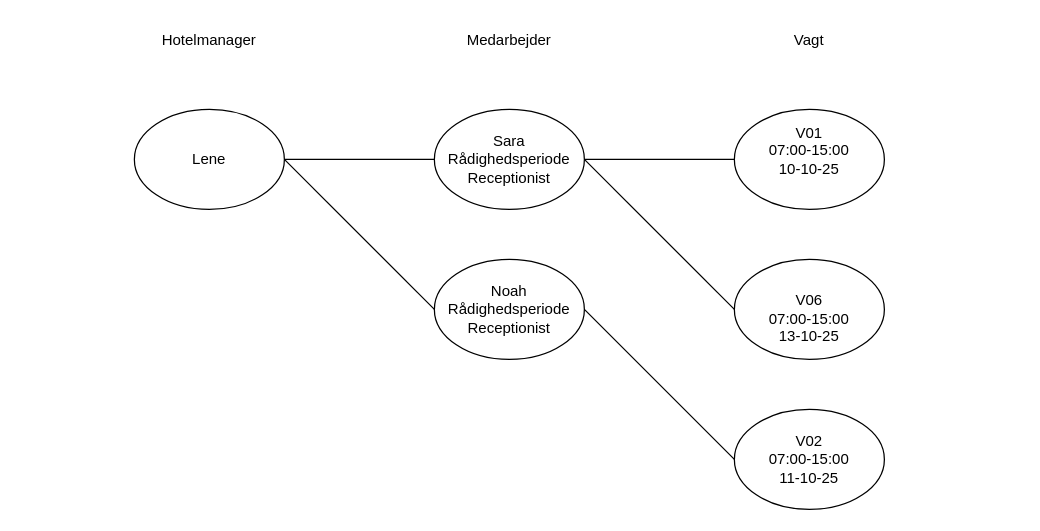
The draw.io diagram objektmodel.drawio in Baileykingaby/HotelFjordblik, before the edit. Source tidied: cells renumbered, new cells numbered last; positions are measured from the earlier drawing's top-left corner, leaving out a move shared by most shapes. Both pictures are drawn from the tidied source at 125%, with x=0, y=0 at pixel (134, 21).
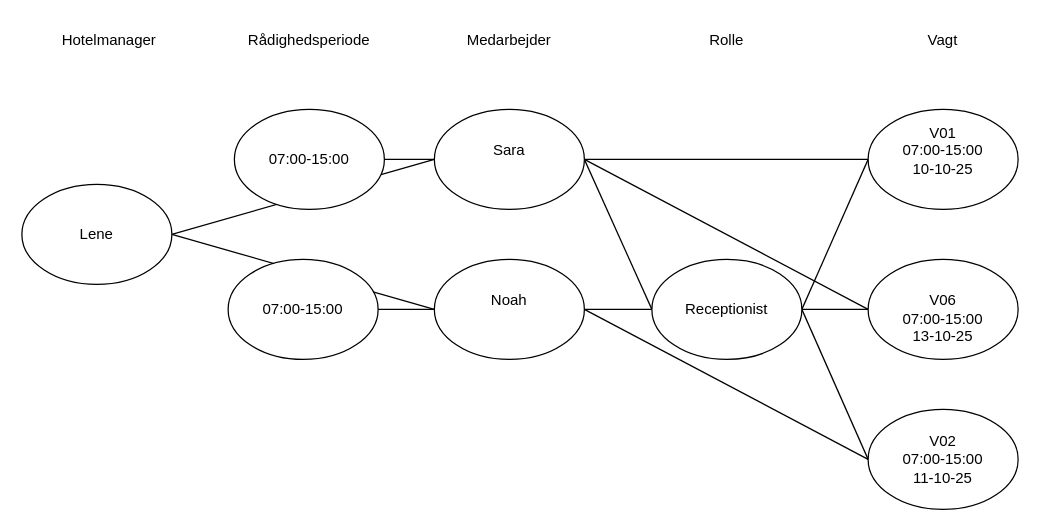
Above is the later version.

Commit message (it also covers changes not shown here):
Ændring på Objektmodel

The edit, as a diff of the source:
```diff
@@
-    <mxCell id="2" style="edgeStyle=orthogonalEdgeStyle;rounded=0;jettySize=auto;html=1;exitX=1;exitY=0.5;exitDx=0;exitDy=0;entryX=0;entryY=0.5;entryDx=0;entryDy=0;endArrow=none;endFill=0;" parent="1" edge="1" source="4" target="7">
+    <mxCell id="2" style="rounded=0;jettySize=auto;html=1;exitX=1;exitY=0.5;exitDx=0;exitDy=0;entryX=0;entryY=0.5;entryDx=0;entryDy=0;endArrow=none;endFill=0;" parent="1" edge="1" source="4" target="7">
       <mxGeometry relative="1" as="geometry" />
     </mxCell>
@@
     <mxCell id="4" value="Lene" style="ellipse;whiteSpace=wrap;html=1;shapeInside=1;" parent="1" vertex="1">
-      <mxGeometry y="70" width="120" height="80" as="geometry" />
+      <mxGeometry x="-90" y="130" width="120" height="80" as="geometry" />
     </mxCell>
-    <mxCell id="5" style="rounded=0;jettySize=auto;html=1;exitX=1;exitY=0.5;exitDx=0;exitDy=0;entryX=0;entryY=0.5;entryDx=0;entryDy=0;endArrow=none;endFill=0;" parent="1" edge="1" source="7" target="8">
-      <mxGeometry relative="1" as="geometry" />
-    </mxCell>
+    <mxCell id="16" style="edgeStyle=none;html=1;exitX=1;exitY=0.5;exitDx=0;exitDy=0;entryX=0;entryY=0.5;entryDx=0;entryDy=0;endArrow=none;endFill=0;" parent="1" edge="1" source="7" target="29">
+      <mxGeometry relative="1" as="geometry" />
+    </mxCell>
-    <mxCell id="6" style="rounded=0;jettySize=auto;html=1;exitX=1;exitY=0.5;exitDx=0;exitDy=0;entryX=0;entryY=0.5;entryDx=0;entryDy=0;endArrow=none;endFill=0;" parent="1" edge="1" source="7" target="14">
+    <mxCell id="6" style="edgeStyle=none;html=1;exitX=1;exitY=0.5;exitDx=0;exitDy=0;entryX=0;entryY=0.5;entryDx=0;entryDy=0;endArrow=none;endFill=0;" parent="1" edge="1" source="7" target="14">
       <mxGeometry relative="1" as="geometry" />
     </mxCell>
-    <mxCell id="7" value="Sara&lt;br&gt;&lt;span style=&quot;text-decoration-line: inherit; background-color: transparent; color: light-dark(#000000, var(--ge-light-color, #ffffff));&quot;&gt;Rådighedsperiode&lt;br&gt;Receptionist&lt;br&gt;&lt;/span&gt;" style="ellipse;whiteSpace=wrap;html=1;shapeInside=1;" parent="1" vertex="1">
+    <mxCell id="7" value="Sara&lt;br&gt;&lt;span style=&quot;text-decoration-line: inherit; background-color: transparent; color: light-dark(#000000, var(--ge-light-color, #ffffff));&quot;&gt;&lt;br&gt;&lt;/span&gt;" style="ellipse;whiteSpace=wrap;html=1;shapeInside=1;" parent="1" vertex="1">
       <mxGeometry x="240" y="70" width="120" height="80" as="geometry" />
     </mxCell>
+    <mxCell id="17" style="edgeStyle=none;html=1;exitX=0;exitY=0.5;exitDx=0;exitDy=0;entryX=1;entryY=0.5;entryDx=0;entryDy=0;endArrow=none;endFill=0;" parent="1" edge="1" source="8" target="7">
+      <mxGeometry relative="1" as="geometry" />
+    </mxCell>
     <mxCell id="8" value="V01&lt;br&gt;07:00-15:00&lt;br&gt;10-10-25&lt;div&gt;&lt;br&gt;&lt;/div&gt;" style="ellipse;whiteSpace=wrap;html=1;shapeInside=1;" parent="1" vertex="1">
-      <mxGeometry x="480" y="70" width="120" height="80" as="geometry" />
+      <mxGeometry x="587" y="70" width="120" height="80" as="geometry" />
     </mxCell>
     <mxCell id="9" value="Hotelmanager" style="text;html=1;whiteSpace=wrap;strokeColor=none;fillColor=none;align=center;verticalAlign=middle;rounded=0;" parent="1" vertex="1">
-      <mxGeometry width="120" height="30" as="geometry" />
+      <mxGeometry x="-80" width="120" height="30" as="geometry" />
     </mxCell>
@@
     <mxCell id="11" value="Vagt" style="text;html=1;whiteSpace=wrap;strokeColor=none;fillColor=none;align=center;verticalAlign=middle;rounded=0;" parent="1" vertex="1">
-      <mxGeometry x="480" width="120" height="30" as="geometry" />
+      <mxGeometry x="587" width="120" height="30" as="geometry" />
     </mxCell>
-    <mxCell id="12" style="rounded=0;jettySize=auto;html=1;exitX=1;exitY=0.5;exitDx=0;exitDy=0;entryX=0;entryY=0.5;entryDx=0;entryDy=0;endArrow=none;endFill=0;" parent="1" edge="1" source="13" target="15">
-      <mxGeometry relative="1" as="geometry" />
-    </mxCell>
+    <mxCell id="18" style="edgeStyle=none;html=1;exitX=1;exitY=0.5;exitDx=0;exitDy=0;entryX=0;entryY=0.5;entryDx=0;entryDy=0;endArrow=none;endFill=0;" parent="1" edge="1" source="13" target="29">
+      <mxGeometry relative="1" as="geometry" />
+    </mxCell>
-    <mxCell id="13" value="&lt;span style=&quot;text-decoration-line: inherit; background-color: transparent; color: light-dark(#000000, var(--ge-light-color, #ffffff));&quot;&gt;Noah&lt;br&gt;Rådighedsperiode&lt;br&gt;Receptionist&lt;br&gt;&lt;/span&gt;" style="ellipse;whiteSpace=wrap;html=1;shapeInside=1;" parent="1" vertex="1">
+    <mxCell id="13" value="&lt;span style=&quot;text-decoration-line: inherit; background-color: transparent; color: light-dark(#000000, var(--ge-light-color, #ffffff));&quot;&gt;Noah&lt;br&gt;&lt;br&gt;&lt;/span&gt;" style="ellipse;whiteSpace=wrap;html=1;shapeInside=1;" parent="1" vertex="1">
       <mxGeometry x="240" y="190" width="120" height="80" as="geometry" />
     </mxCell>
     <mxCell id="14" value="&lt;div&gt;&lt;br&gt;&lt;/div&gt;&lt;div&gt;V06&lt;br&gt;07:00-15:00&lt;br&gt;13-10-25&lt;/div&gt;" style="ellipse;whiteSpace=wrap;html=1;shapeInside=1;" parent="1" vertex="1">
-      <mxGeometry x="480" y="190" width="120" height="80" as="geometry" />
+      <mxGeometry x="587" y="190" width="120" height="80" as="geometry" />
     </mxCell>
+    <mxCell id="19" style="edgeStyle=none;html=1;exitX=0;exitY=0.5;exitDx=0;exitDy=0;entryX=1;entryY=0.5;entryDx=0;entryDy=0;endArrow=none;endFill=0;" parent="1" edge="1" source="15" target="13">
+      <mxGeometry relative="1" as="geometry" />
+    </mxCell>
     <mxCell id="15" value="&lt;div&gt;&lt;br&gt;&lt;/div&gt;&lt;div&gt;V02&lt;br&gt;07:00-15:00&lt;br&gt;11-10-25&lt;div&gt;&lt;br&gt;&lt;/div&gt;&lt;/div&gt;" style="ellipse;whiteSpace=wrap;html=1;shapeInside=1;" parent="1" vertex="1">
-      <mxGeometry x="480" y="310" width="120" height="80" as="geometry" />
+      <mxGeometry x="587" y="310" width="120" height="80" as="geometry" />
     </mxCell>
+    <mxCell id="20" style="edgeStyle=none;html=1;exitX=1;exitY=0.5;exitDx=0;exitDy=0;entryX=0;entryY=0.5;entryDx=0;entryDy=0;endArrow=none;endFill=0;" parent="1" edge="1" source="21" target="7">
+      <mxGeometry relative="1" as="geometry" />
+    </mxCell>
+    <mxCell id="21" value="&lt;span style=&quot;text-decoration-line: inherit; background-color: transparent; color: light-dark(#000000, var(--ge-light-color, #ffffff));&quot;&gt;07:00-15:00&lt;/span&gt;" style="ellipse;whiteSpace=wrap;html=1;shapeInside=1;" parent="1" vertex="1">
+      <mxGeometry x="80" y="70" width="120" height="80" as="geometry" />
+    </mxCell>
+    <mxCell id="22" value="Rådighedsperiode" style="text;html=1;whiteSpace=wrap;strokeColor=none;fillColor=none;align=center;verticalAlign=middle;rounded=0;" parent="1" vertex="1">
+      <mxGeometry x="80" width="120" height="30" as="geometry" />
+    </mxCell>
+    <mxCell id="23" style="edgeStyle=none;html=1;exitX=1;exitY=0.5;exitDx=0;exitDy=0;entryX=0;entryY=0.5;entryDx=0;entryDy=0;endArrow=none;endFill=0;" parent="1" edge="1" source="24" target="13">
+      <mxGeometry relative="1" as="geometry" />
+    </mxCell>
+    <mxCell id="24" value="07:00-15:00" style="ellipse;whiteSpace=wrap;html=1;shapeInside=1;" parent="1" vertex="1">
+      <mxGeometry x="75" y="190" width="120" height="80" as="geometry" />
+    </mxCell>
+    <mxCell id="25" value="Rolle" style="text;html=1;whiteSpace=wrap;strokeColor=none;fillColor=none;align=center;verticalAlign=middle;rounded=0;" parent="1" vertex="1">
+      <mxGeometry x="414" width="120" height="30" as="geometry" />
+    </mxCell>
+    <mxCell id="26" style="edgeStyle=none;html=1;exitX=1;exitY=0.5;exitDx=0;exitDy=0;entryX=0;entryY=0.5;entryDx=0;entryDy=0;endArrow=none;endFill=0;" parent="1" edge="1" source="29" target="8">
+      <mxGeometry relative="1" as="geometry" />
+    </mxCell>
+    <mxCell id="27" style="edgeStyle=none;html=1;exitX=1;exitY=0.5;exitDx=0;exitDy=0;entryX=0;entryY=0.5;entryDx=0;entryDy=0;endArrow=none;endFill=0;" parent="1" edge="1" source="29" target="14">
+      <mxGeometry relative="1" as="geometry" />
+    </mxCell>
+    <mxCell id="28" style="edgeStyle=none;html=1;exitX=1;exitY=0.5;exitDx=0;exitDy=0;entryX=0;entryY=0.5;entryDx=0;entryDy=0;endArrow=none;endFill=0;" parent="1" edge="1" source="29" target="15">
+      <mxGeometry relative="1" as="geometry" />
+    </mxCell>
+    <mxCell id="29" value="&lt;font color=&quot;#000000&quot;&gt;Receptionist&lt;/font&gt;" style="ellipse;whiteSpace=wrap;html=1;shapeInside=1;" parent="1" vertex="1">
+      <mxGeometry x="414" y="190" width="120" height="80" as="geometry" />
+    </mxCell>
```
